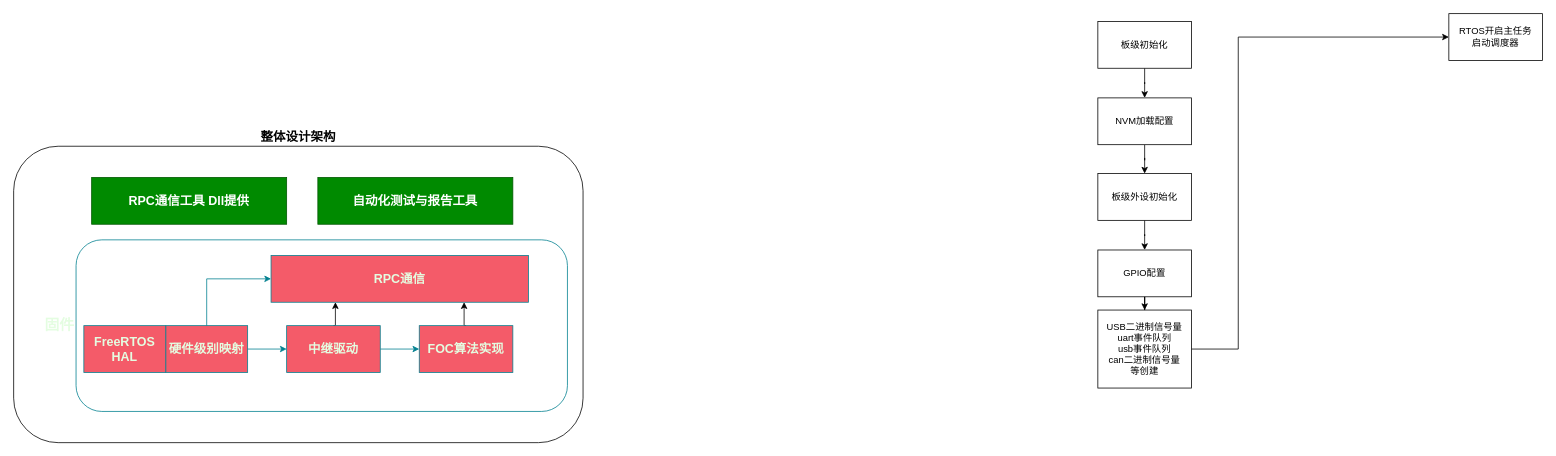
This is FOCDrive架构.drawio from xjh4798/FOCDrive, a draw.io file, before an edit. Source tidied: cells renumbered, new cells numbered last; positions are measured from the earlier drawing's top-left corner, leaving out a move shared by most shapes. Both pictures are drawn from the tidied source at 78%, with x=0, y=0 at pixel (13, 13).
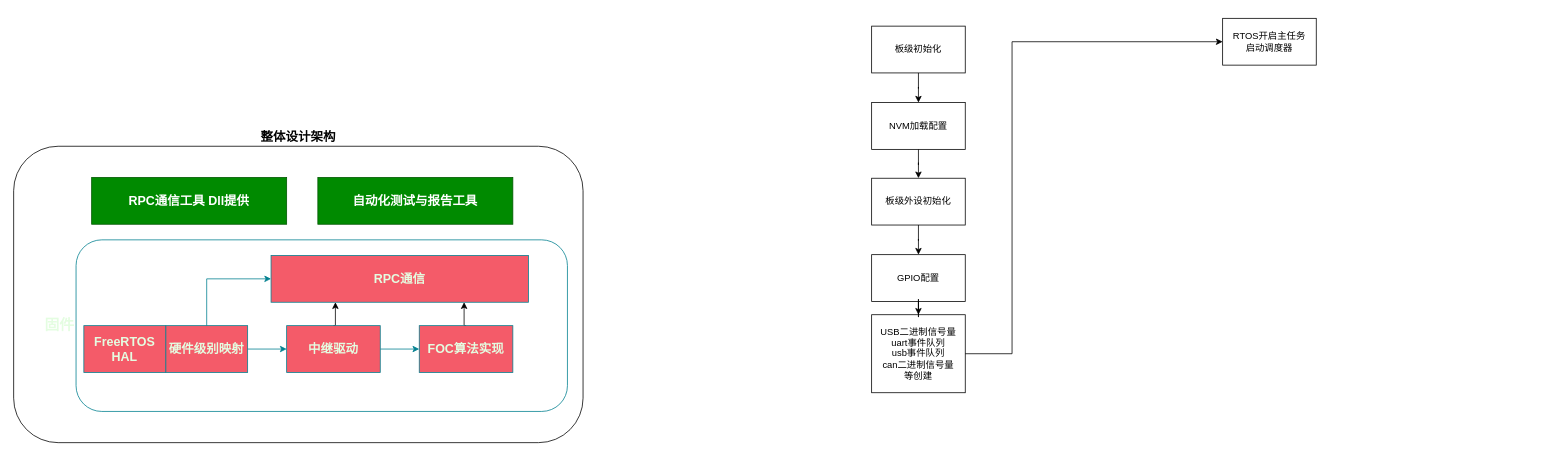
Above is the later version.

The edit, as a diff of the source:
```diff
@@
-    <mxCell id="2" value="整体设计&lt;span style=&quot;background-color: transparent; color: light-dark(rgb(0, 0, 0), rgb(255, 255, 255));&quot;&gt;架构&lt;/span&gt;" style="rounded=1;whiteSpace=wrap;html=1;fontStyle=1;fontSize=16;labelPosition=center;verticalLabelPosition=top;align=center;verticalAlign=bottom;" parent="1" vertex="1">
+    <mxCell id="2" value="整体设计&lt;span style=&quot;background-color: transparent; color: light-dark(rgb(0, 0, 0), rgb(255, 255, 255));&quot;&gt;架构&lt;/span&gt;" style="rounded=1;whiteSpace=wrap;html=1;fontStyle=1;fontSize=16;labelPosition=center;verticalLabelPosition=top;align=center;verticalAlign=bottom;fillColor=none;" parent="1" vertex="1">
       <mxGeometry y="170" width="730" height="380" as="geometry" />
     </mxCell>
@@
-    <mxCell id="17" style="edgeStyle=orthogonalEdgeStyle;rounded=0;jettySize=auto;html=1;labelBackgroundColor=none;fontColor=#FF0000;" parent="1" edge="1" source="18" target="20">
+    <mxCell id="17" style="edgeStyle=orthogonalEdgeStyle;rounded=0;jettySize=auto;html=1;labelBackgroundColor=none;fontColor=#FF0000;fillColor=none;" parent="1" edge="1" source="18" target="20">
       <mxGeometry relative="1" as="geometry" />
     </mxCell>
-    <mxCell id="18" value="板级初始化" style="rounded=0;whiteSpace=wrap;html=1;labelBackgroundColor=none;" parent="1" vertex="1">
-      <mxGeometry x="1390" y="10" width="120" height="60" as="geometry" />
+    <mxCell id="18" value="板级初始化" style="rounded=0;whiteSpace=wrap;html=1;labelBackgroundColor=none;fillColor=none;" parent="1" vertex="1">
+      <mxGeometry x="1100" y="16" width="120" height="60" as="geometry" />
     </mxCell>
-    <mxCell id="19" style="edgeStyle=orthogonalEdgeStyle;rounded=0;jettySize=auto;html=1;labelBackgroundColor=none;fontColor=#FF0000;" parent="1" edge="1" source="20" target="22">
+    <mxCell id="19" style="edgeStyle=orthogonalEdgeStyle;rounded=0;jettySize=auto;html=1;labelBackgroundColor=none;fontColor=#FF0000;fillColor=none;" parent="1" edge="1" source="20" target="22">
       <mxGeometry relative="1" as="geometry" />
     </mxCell>
-    <mxCell id="20" value="NVM加载配置" style="rounded=0;whiteSpace=wrap;html=1;labelBackgroundColor=none;" parent="1" vertex="1">
-      <mxGeometry x="1390" y="108" width="120" height="60" as="geometry" />
+    <mxCell id="20" value="NVM加载配置" style="rounded=0;whiteSpace=wrap;html=1;labelBackgroundColor=none;fillColor=none;" parent="1" vertex="1">
+      <mxGeometry x="1100" y="114" width="120" height="60" as="geometry" />
     </mxCell>
-    <mxCell id="21" style="edgeStyle=orthogonalEdgeStyle;rounded=0;jettySize=auto;html=1;labelBackgroundColor=none;fontColor=#FF0000;" parent="1" edge="1" source="22" target="24">
+    <mxCell id="21" style="edgeStyle=orthogonalEdgeStyle;rounded=0;jettySize=auto;html=1;labelBackgroundColor=none;fontColor=#FF0000;fillColor=none;" parent="1" edge="1" source="22" target="24">
       <mxGeometry relative="1" as="geometry" />
     </mxCell>
-    <mxCell id="22" value="板级外设初始化" style="rounded=0;whiteSpace=wrap;html=1;labelBackgroundColor=none;" parent="1" vertex="1">
-      <mxGeometry x="1390" y="205" width="120" height="60" as="geometry" />
+    <mxCell id="22" value="板级外设初始化" style="rounded=0;whiteSpace=wrap;html=1;labelBackgroundColor=none;fillColor=none;" parent="1" vertex="1">
+      <mxGeometry x="1100" y="211" width="120" height="60" as="geometry" />
     </mxCell>
-    <mxCell id="23" style="edgeStyle=orthogonalEdgeStyle;rounded=0;jettySize=auto;html=1;labelBackgroundColor=none;fontColor=#FF0000;" parent="1" edge="1" source="24" target="26">
+    <mxCell id="23" style="edgeStyle=orthogonalEdgeStyle;rounded=0;jettySize=auto;html=1;labelBackgroundColor=none;fontColor=#FF0000;fillColor=none;" parent="1" edge="1" source="24" target="26">
       <mxGeometry relative="1" as="geometry" />
     </mxCell>
-    <mxCell id="24" value="GPIO配置" style="rounded=0;whiteSpace=wrap;html=1;labelBackgroundColor=none;" parent="1" vertex="1">
-      <mxGeometry x="1390" y="303" width="120" height="60" as="geometry" />
+    <mxCell id="24" value="GPIO配置" style="rounded=0;whiteSpace=wrap;html=1;labelBackgroundColor=none;fillColor=none;" parent="1" vertex="1">
+      <mxGeometry x="1100" y="309" width="120" height="60" as="geometry" />
     </mxCell>
-    <mxCell id="25" style="edgeStyle=orthogonalEdgeStyle;rounded=0;jettySize=auto;html=1;entryX=0;entryY=0.5;entryDx=0;entryDy=0;labelBackgroundColor=none;fontColor=#FF0000;" parent="1" edge="1" source="26" target="27">
+    <mxCell id="25" style="edgeStyle=orthogonalEdgeStyle;rounded=0;jettySize=auto;html=1;entryX=0;entryY=0.5;entryDx=0;entryDy=0;labelBackgroundColor=none;fontColor=#FF0000;fillColor=none;" parent="1" edge="1" source="26" target="27">
       <mxGeometry relative="1" as="geometry">
         <Array as="points">
-          <mxPoint x="1570" y="430" />
-          <mxPoint x="1570" y="30" />
+          <mxPoint x="1280" y="436" />
+          <mxPoint x="1280" y="36" />
         </Array>
       </mxGeometry>
     </mxCell>
-    <mxCell id="26" value="USB二进制信号量&lt;div&gt;uart事件队列&lt;/div&gt;&lt;div&gt;usb事件队列&lt;/div&gt;&lt;div&gt;can二进制信号量&lt;/div&gt;&lt;div&gt;等创建&lt;/div&gt;" style="rounded=0;whiteSpace=wrap;html=1;labelBackgroundColor=none;" parent="1" vertex="1">
-      <mxGeometry x="1390" y="380" width="120" height="100" as="geometry" />
+    <mxCell id="26" value="USB二进制信号量&lt;div&gt;uart事件队列&lt;/div&gt;&lt;div&gt;usb事件队列&lt;/div&gt;&lt;div&gt;can二进制信号量&lt;/div&gt;&lt;div&gt;等创建&lt;/div&gt;" style="rounded=0;whiteSpace=wrap;html=1;labelBackgroundColor=none;fillColor=none;" parent="1" vertex="1">
+      <mxGeometry x="1100" y="386" width="120" height="100" as="geometry" />
     </mxCell>
-    <mxCell id="27" value="RTOS开启主任务&lt;div&gt;启动调度器&lt;/div&gt;" style="whiteSpace=wrap;html=1;rounded=0;labelBackgroundColor=none;" parent="1" vertex="1">
-      <mxGeometry x="1840" width="120" height="60" as="geometry" />
+    <mxCell id="27" value="RTOS开启主任务&lt;div&gt;启动调度器&lt;/div&gt;" style="whiteSpace=wrap;html=1;rounded=0;labelBackgroundColor=none;fillColor=none;" parent="1" vertex="1">
+      <mxGeometry x="1550" y="6" width="120" height="60" as="geometry" />
     </mxCell>
```
